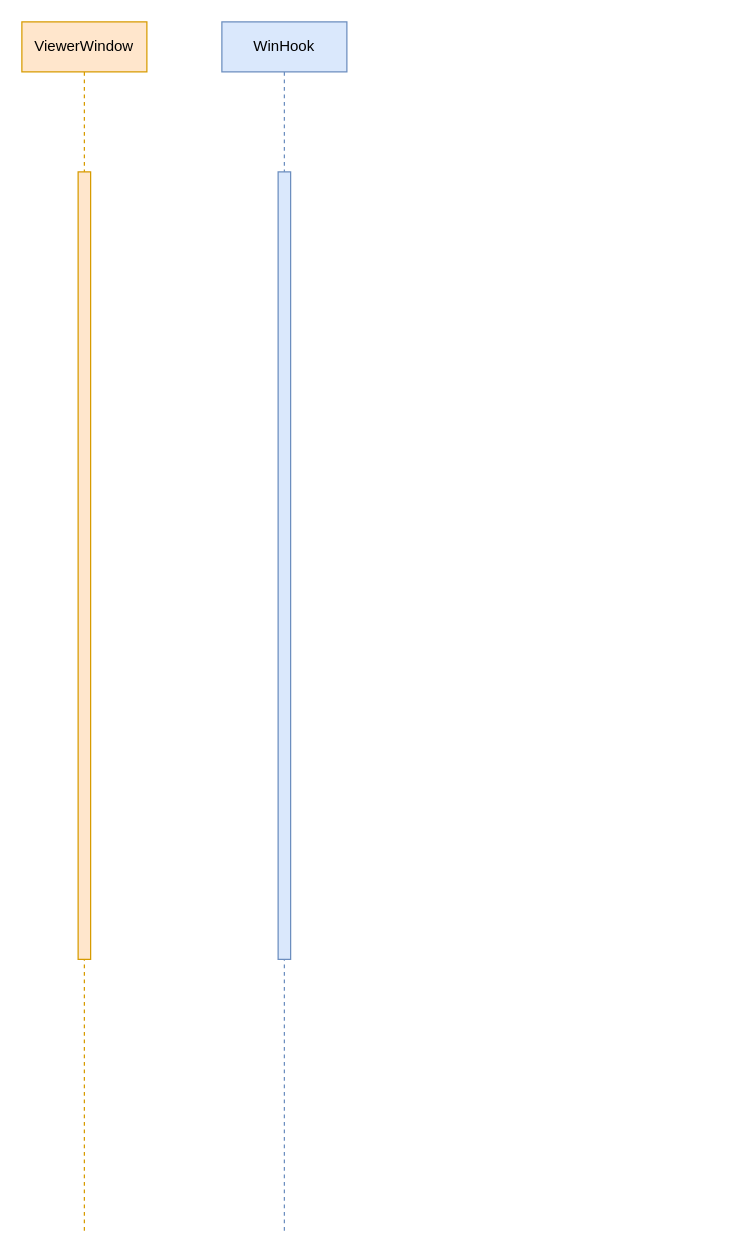
This is page "Hooking" (6 of 9) of UML/mirero/SwRcs/Arch.drawio from rhkdguskim/Study, a draw.io file, before an edit. Source tidied: cells renumbered, new cells numbered last; positions are measured from the earlier drawing's top-left corner, leaving out a move shared by most shapes. Both pictures are drawn from the tidied source at 125%, with x=0, y=0 at pixel (21, 21).
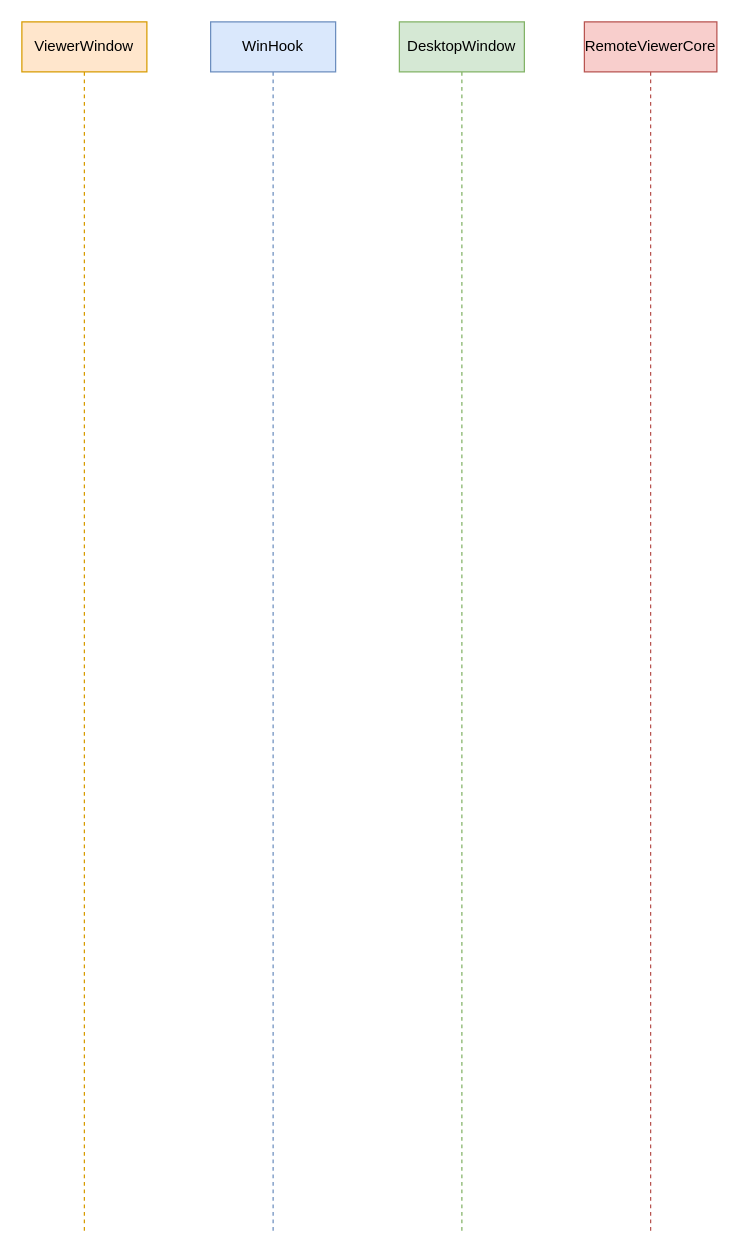
The same page after the edit.

What changed in the source:
```diff
@@
 <mxGraphModel>
   <root>
     <mxCell id="0" />
     <mxCell id="1" parent="0" />
     <mxCell id="2" value="ViewerWindow" style="shape=umlLifeline;perimeter=lifelinePerimeter;whiteSpace=wrap;html=1;fillColor=#ffe6cc;strokeColor=#d79b00;" parent="1" vertex="1">
       <mxGeometry width="100" height="970" as="geometry" />
     </mxCell>
-    <mxCell id="3" style="html=1;perimeter=orthogonalPerimeter;fillColor=#ffe6cc;strokeColor=#d79b00;" parent="2" vertex="1">
-      <mxGeometry x="45" y="120" width="10" height="630" as="geometry" />
-    </mxCell>
     <mxCell id="4" value="WinHook" style="shape=umlLifeline;perimeter=lifelinePerimeter;whiteSpace=wrap;html=1;fillColor=#dae8fc;strokeColor=#6c8ebf;" parent="1" vertex="1">
-      <mxGeometry x="160" width="100" height="970" as="geometry" />
+      <mxGeometry x="151" width="100" height="970" as="geometry" />
     </mxCell>
-    <mxCell id="5" style="html=1;perimeter=orthogonalPerimeter;fillColor=#dae8fc;strokeColor=#6c8ebf;" parent="4" vertex="1">
-      <mxGeometry x="45" y="120" width="10" height="630" as="geometry" />
-    </mxCell>
+    <mxCell id="6" value="DesktopWindow" style="shape=umlLifeline;perimeter=lifelinePerimeter;whiteSpace=wrap;html=1;fillColor=#d5e8d4;strokeColor=#82b366;" parent="1" vertex="1">
+      <mxGeometry x="302" width="100" height="970" as="geometry" />
+    </mxCell>
+    <mxCell id="7" value="RemoteViewerCore" style="shape=umlLifeline;perimeter=lifelinePerimeter;whiteSpace=wrap;html=1;fillColor=#f8cecc;strokeColor=#b85450;" parent="1" vertex="1">
+      <mxGeometry x="450" width="106" height="970" as="geometry" />
+    </mxCell>
   </root>
 </mxGraphModel>
```
